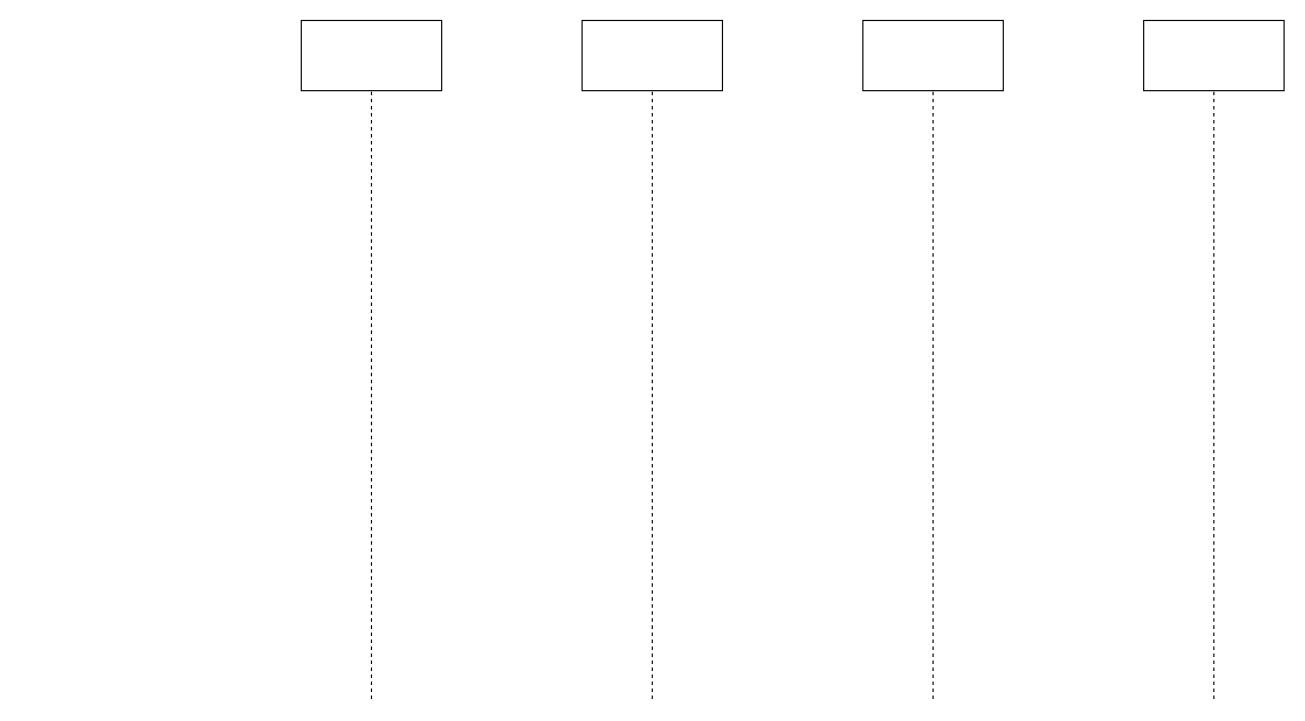
Above: Aufgaben/M2/M2.drawio in mogls/M320 (draw.io), before the change. Source tidied: cells renumbered, new cells numbered last; positions are measured from the earlier drawing's top-left corner, leaving out a move shared by most shapes. Both pictures are drawn from the tidied source at 117%, with x=0, y=0 at pixel (301, 20).
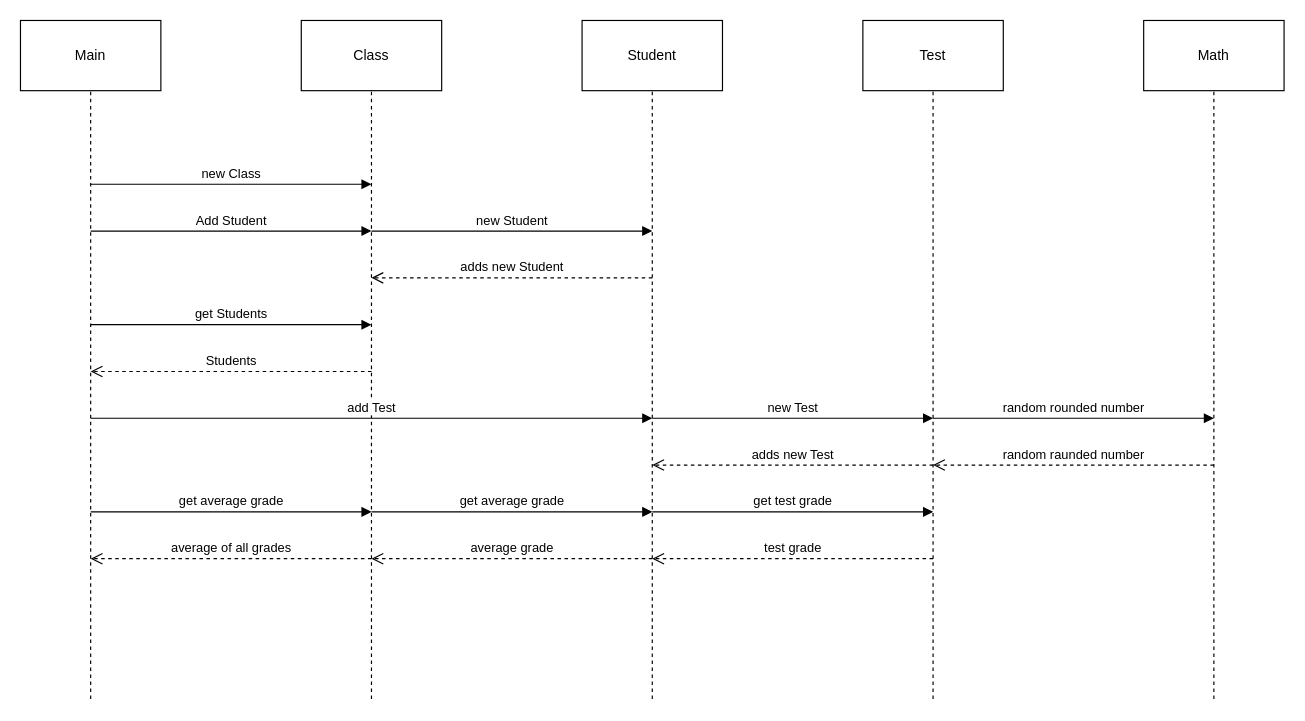
After the change.

What changed in the source:
```diff
@@
-    <mxCell id="2" style="rounded=0;whiteSpace=wrap;html=1;" parent="1" vertex="1">
+    <mxCell id="2" value="Class" style="rounded=0;whiteSpace=wrap;html=1;" parent="1" vertex="1">
       <mxGeometry width="120" height="60" as="geometry" />
     </mxCell>
@@
-    <mxCell id="4" style="rounded=0;whiteSpace=wrap;html=1;" parent="1" vertex="1">
+    <mxCell id="4" value="Student" style="rounded=0;whiteSpace=wrap;html=1;" parent="1" vertex="1">
       <mxGeometry x="240" width="120" height="60" as="geometry" />
     </mxCell>
@@
-    <mxCell id="6" style="rounded=0;whiteSpace=wrap;html=1;" parent="1" vertex="1">
+    <mxCell id="6" value="Test" style="rounded=0;whiteSpace=wrap;html=1;" parent="1" vertex="1">
       <mxGeometry x="480" width="120" height="60" as="geometry" />
     </mxCell>
@@
-    <mxCell id="8" style="rounded=0;whiteSpace=wrap;html=1;" parent="1" vertex="1">
+    <mxCell id="8" value="Math" style="rounded=0;whiteSpace=wrap;html=1;" parent="1" vertex="1">
       <mxGeometry x="720" width="120" height="60" as="geometry" />
     </mxCell>
@@
+    <mxCell id="10" value="Main" style="rounded=0;whiteSpace=wrap;html=1;" parent="1" vertex="1">
+      <mxGeometry x="-240" width="120" height="60" as="geometry" />
+    </mxCell>
+    <mxCell id="11" style="endArrow=none;dashed=1;html=1;rounded=0;entryX=0.5;entryY=1;entryDx=0;entryDy=0;" parent="1" edge="1" target="10">
+      <mxGeometry relative="1" as="geometry">
+        <mxPoint x="-180" y="580" as="sourcePoint" />
+      </mxGeometry>
+    </mxCell>
+    <mxCell id="12" value="new Class" style="html=1;verticalAlign=bottom;endArrow=block;curved=0;rounded=0;" parent="1" edge="1">
+      <mxGeometry relative="1" as="geometry">
+        <mxPoint x="-180" y="140" as="sourcePoint" />
+        <mxPoint x="60" y="140" as="targetPoint" />
+      </mxGeometry>
+    </mxCell>
+    <mxCell id="13" value="Add Student" style="html=1;verticalAlign=bottom;endArrow=block;curved=0;rounded=0;" parent="1" edge="1">
+      <mxGeometry relative="1" as="geometry">
+        <mxPoint x="-180" y="180" as="sourcePoint" />
+        <mxPoint x="60" y="180" as="targetPoint" />
+      </mxGeometry>
+    </mxCell>
+    <mxCell id="14" value="new Student" style="html=1;verticalAlign=bottom;endArrow=block;curved=0;rounded=0;" parent="1" edge="1">
+      <mxGeometry relative="1" as="geometry">
+        <mxPoint x="60" y="180" as="sourcePoint" />
+        <mxPoint x="300" y="180" as="targetPoint" />
+      </mxGeometry>
+    </mxCell>
+    <mxCell id="15" value="adds new Student" style="html=1;verticalAlign=bottom;endArrow=open;dashed=1;endSize=8;curved=0;rounded=0;" parent="1" edge="1">
+      <mxGeometry relative="1" as="geometry">
+        <mxPoint x="300" y="220" as="sourcePoint" />
+        <mxPoint x="60" y="220" as="targetPoint" />
+      </mxGeometry>
+    </mxCell>
+    <mxCell id="16" value="get Students" style="html=1;verticalAlign=bottom;endArrow=block;curved=0;rounded=0;" parent="1" edge="1">
+      <mxGeometry relative="1" as="geometry">
+        <mxPoint x="-180" y="260" as="sourcePoint" />
+        <mxPoint x="60" y="260" as="targetPoint" />
+      </mxGeometry>
+    </mxCell>
+    <mxCell id="17" value="Students" style="html=1;verticalAlign=bottom;endArrow=open;dashed=1;endSize=8;curved=0;rounded=0;" parent="1" edge="1">
+      <mxGeometry relative="1" as="geometry">
+        <mxPoint x="60" y="300" as="sourcePoint" />
+        <mxPoint x="-180" y="300" as="targetPoint" />
+      </mxGeometry>
+    </mxCell>
+    <mxCell id="18" value="add Test" style="html=1;verticalAlign=bottom;endArrow=block;curved=0;rounded=0;" parent="1" edge="1">
+      <mxGeometry relative="1" as="geometry">
+        <mxPoint x="-180" y="340" as="sourcePoint" />
+        <mxPoint x="300" y="340" as="targetPoint" />
+      </mxGeometry>
+    </mxCell>
+    <mxCell id="19" value="new Test" style="html=1;verticalAlign=bottom;endArrow=block;curved=0;rounded=0;" parent="1" edge="1">
+      <mxGeometry relative="1" as="geometry">
+        <mxPoint x="300" y="340" as="sourcePoint" />
+        <mxPoint x="540" y="340" as="targetPoint" />
+      </mxGeometry>
+    </mxCell>
+    <mxCell id="20" value="random rounded number" style="html=1;verticalAlign=bottom;endArrow=block;curved=0;rounded=0;" parent="1" edge="1">
+      <mxGeometry relative="1" as="geometry">
+        <mxPoint x="540" y="340" as="sourcePoint" />
+        <mxPoint x="780" y="340" as="targetPoint" />
+      </mxGeometry>
+    </mxCell>
+    <mxCell id="21" value="random raunded number" style="html=1;verticalAlign=bottom;endArrow=open;dashed=1;endSize=8;curved=0;rounded=0;" parent="1" edge="1">
+      <mxGeometry relative="1" as="geometry">
+        <mxPoint x="780" y="380" as="sourcePoint" />
+        <mxPoint x="540" y="380" as="targetPoint" />
+      </mxGeometry>
+    </mxCell>
+    <mxCell id="22" value="adds new Test" style="html=1;verticalAlign=bottom;endArrow=open;dashed=1;endSize=8;curved=0;rounded=0;" parent="1" edge="1">
+      <mxGeometry relative="1" as="geometry">
+        <mxPoint x="540" y="380" as="sourcePoint" />
+        <mxPoint x="300" y="380" as="targetPoint" />
+      </mxGeometry>
+    </mxCell>
+    <mxCell id="23" value="get average grade" style="html=1;verticalAlign=bottom;endArrow=block;curved=0;rounded=0;" parent="1" edge="1">
+      <mxGeometry relative="1" as="geometry">
+        <mxPoint x="-180" y="420" as="sourcePoint" />
+        <mxPoint x="60" y="420" as="targetPoint" />
+      </mxGeometry>
+    </mxCell>
+    <mxCell id="24" value="get average grade" style="html=1;verticalAlign=bottom;endArrow=block;curved=0;rounded=0;" parent="1" edge="1">
+      <mxGeometry relative="1" as="geometry">
+        <mxPoint x="60" y="420" as="sourcePoint" />
+        <mxPoint x="300" y="420" as="targetPoint" />
+      </mxGeometry>
+    </mxCell>
+    <mxCell id="25" value="get test grade" style="html=1;verticalAlign=bottom;endArrow=block;curved=0;rounded=0;" parent="1" edge="1">
+      <mxGeometry relative="1" as="geometry">
+        <mxPoint x="300" y="420" as="sourcePoint" />
+        <mxPoint x="540" y="420" as="targetPoint" />
+      </mxGeometry>
+    </mxCell>
+    <mxCell id="26" value="test grade" style="html=1;verticalAlign=bottom;endArrow=open;dashed=1;endSize=8;curved=0;rounded=0;" parent="1" edge="1">
+      <mxGeometry relative="1" as="geometry">
+        <mxPoint x="540" y="460" as="sourcePoint" />
+        <mxPoint x="300" y="460" as="targetPoint" />
+      </mxGeometry>
+    </mxCell>
+    <mxCell id="27" value="average grade" style="html=1;verticalAlign=bottom;endArrow=open;dashed=1;endSize=8;curved=0;rounded=0;" parent="1" edge="1">
+      <mxGeometry relative="1" as="geometry">
+        <mxPoint x="300" y="460" as="sourcePoint" />
+        <mxPoint x="60" y="460" as="targetPoint" />
+      </mxGeometry>
+    </mxCell>
+    <mxCell id="28" value="average of all grades" style="html=1;verticalAlign=bottom;endArrow=open;dashed=1;endSize=8;curved=0;rounded=0;" parent="1" edge="1">
+      <mxGeometry relative="1" as="geometry">
+        <mxPoint x="60" y="460" as="sourcePoint" />
+        <mxPoint x="-180" y="460" as="targetPoint" />
+      </mxGeometry>
+    </mxCell>
```
